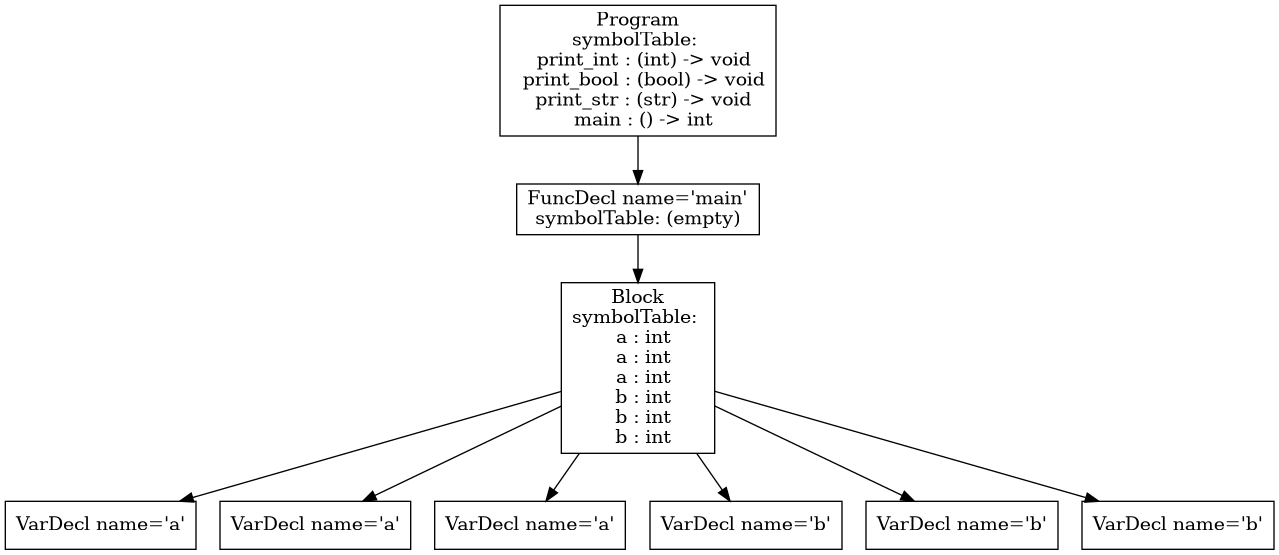
purejerome/cs432_project keeps this Graphviz diagram as p3-analysis/tree.png. Above is the earlier version. Its source is kept beside it as p3-analysis/tree.dot.
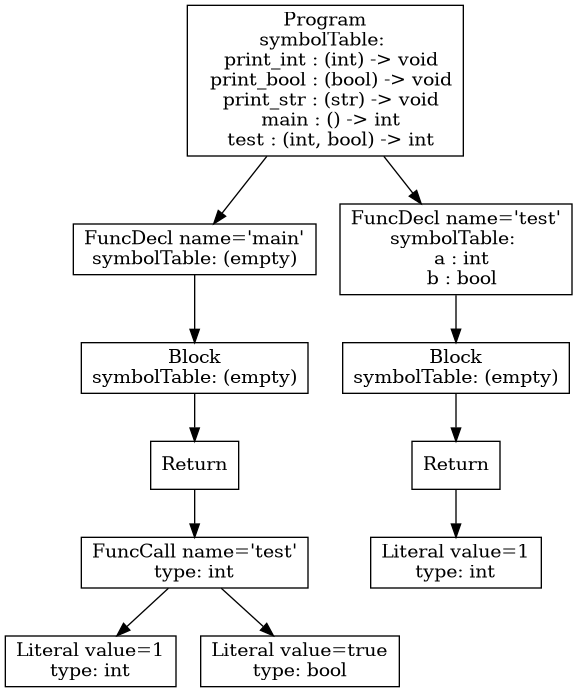
The same diagram one commit later.

Change to the diagram source:
```diff
@@ -1,19 +1,23 @@
 digraph AST {
-3 [shape=box, label="VarDecl name='a'"];
-4 [shape=box, label="VarDecl name='a'"];
-5 [shape=box, label="VarDecl name='a'"];
-6 [shape=box, label="VarDecl name='b'"];
-7 [shape=box, label="VarDecl name='b'"];
-8 [shape=box, label="VarDecl name='b'"];
-2 [shape=box, label="Block\nsymbolTable: \n  a : int\n  a : int\n  a : int\n  b : int\n  b : int\n  b : int"];
+5 [shape=box, label="Literal value=1\ntype: int"];
+6 [shape=box, label="Literal value=true\ntype: bool"];
+4 [shape=box, label="FuncCall name='test'\ntype: int"];
+4 -> 5;
+4 -> 6;
+3 [shape=box, label="Return"];
+3 -> 4;
+2 [shape=box, label="Block\nsymbolTable: (empty)"];
 2 -> 3;
-2 -> 4;
-2 -> 5;
-2 -> 6;
-2 -> 7;
-2 -> 8;
 1 [shape=box, label="FuncDecl name='main'\nsymbolTable: (empty)"];
 1 -> 2;
-0 [shape=box, label="Program\nsymbolTable: \n  print_int : (int) -> void\n  print_bool : (bool) -> void\n  print_str : (str) -> void\n  main : () -> int"];
+10 [shape=box, label="Literal value=1\ntype: int"];
+9 [shape=box, label="Return"];
+9 -> 10;
+8 [shape=box, label="Block\nsymbolTable: (empty)"];
+8 -> 9;
+7 [shape=box, label="FuncDecl name='test'\nsymbolTable: \n  a : int\n  b : bool"];
+7 -> 8;
+0 [shape=box, label="Program\nsymbolTable: \n  print_int : (int) -> void\n  print_bool : (bool) -> void\n  print_str : (str) -> void\n  main : () -> int\n  test : (int, bool) -> int"];
 0 -> 1;
+0 -> 7;
 }
```
